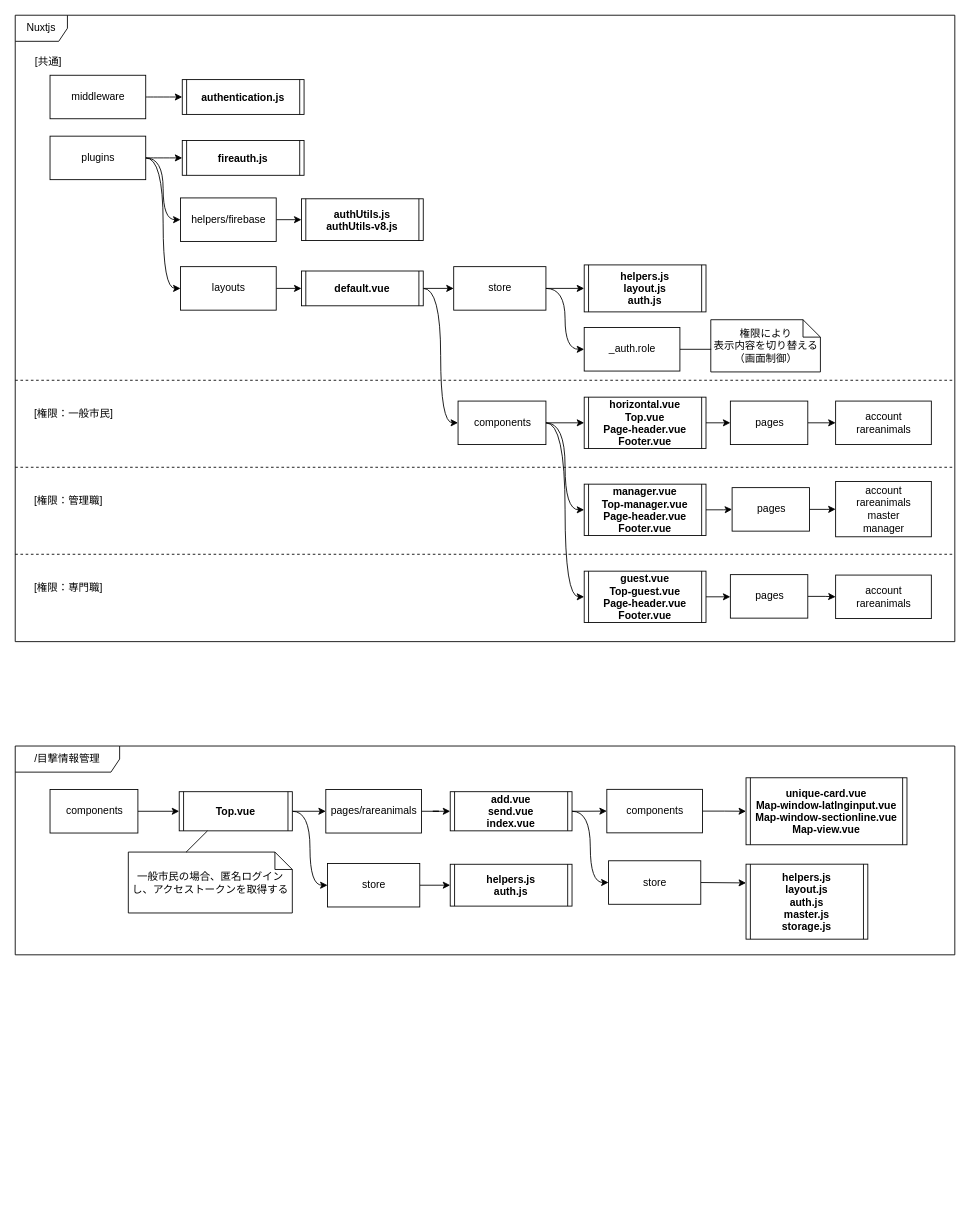
kaoru387/draw.io keeps this draw.io diagram as page "ディレクトリ構成" (3 of 6) of Iriomote.drawio. Above is the earlier version. Source tidied: cells renumbered, new cells numbered last; positions are measured from the earlier drawing's top-left corner, leaving out a move shared by most shapes. Both pictures are drawn from the tidied source at 87%, with x=0, y=0 at pixel (15, 15).
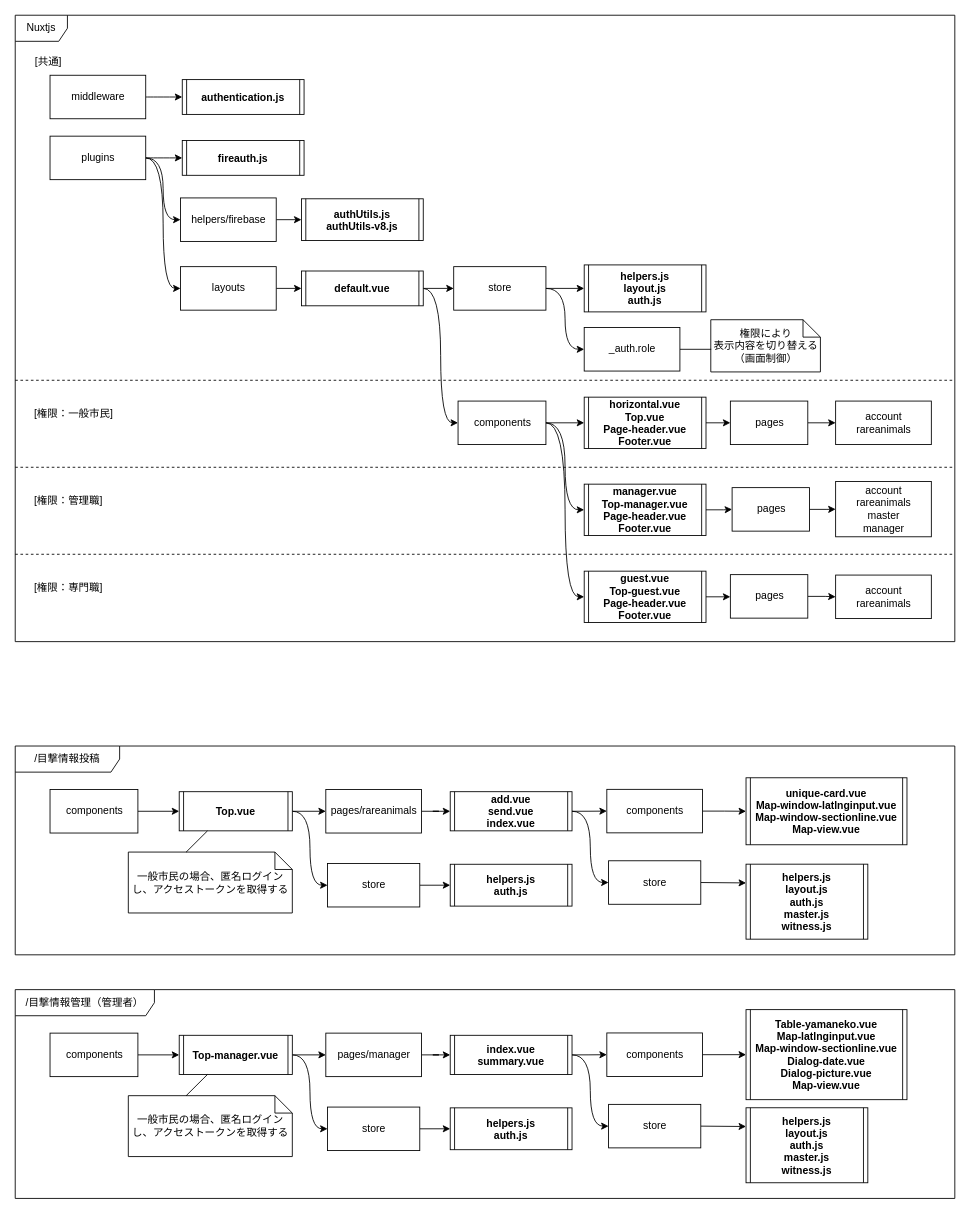
The same diagram, later.

Commit message:
Iriomote.drawio を更新します

Change to the diagram source:
```diff
@@
-    <mxCell id="49" value="/目撃情報管理" style="shape=umlFrame;whiteSpace=wrap;html=1;width=120;height=30;" parent="1" vertex="1">
+    <mxCell id="49" value="/目撃情報投稿" style="shape=umlFrame;whiteSpace=wrap;html=1;width=120;height=30;" parent="1" vertex="1">
       <mxGeometry y="840" width="1080" height="240" as="geometry" />
     </mxCell>
@@
-    <mxCell id="65" value="helpers.js&#10;layout.js&#10;auth.js&#10;master.js&#10;storage.js" style="shape=process2;fixedSize=1;size=5;fontStyle=1;" parent="1" vertex="1">
+    <mxCell id="65" value="helpers.js&#10;layout.js&#10;auth.js&#10;master.js&#10;witness.js" style="shape=process2;fixedSize=1;size=5;fontStyle=1;" parent="1" vertex="1">
       <mxGeometry x="840" y="975.8" width="140" height="86.2" as="geometry" />
     </mxCell>
@@
+    <mxCell id="71" value="/目撃情報管理（管理者）" style="shape=umlFrame;whiteSpace=wrap;html=1;width=160;height=30;" parent="1" vertex="1">
+      <mxGeometry y="1120" width="1080" height="240" as="geometry" />
+    </mxCell>
+    <mxCell id="72" style="edgeStyle=orthogonalEdgeStyle;rounded=0;jettySize=auto;html=1;exitX=1;exitY=0.5;exitDx=0;exitDy=0;entryX=0;entryY=0.5;entryDx=0;entryDy=0;" parent="1" edge="1" source="84" target="74">
+      <mxGeometry relative="1" as="geometry" />
+    </mxCell>
+    <mxCell id="73" style="edgeStyle=orthogonalEdgeStyle;rounded=0;jettySize=auto;html=1;exitX=1;exitY=0.5;exitDx=0;exitDy=0;" parent="1" edge="1" source="74" target="77">
+      <mxGeometry relative="1" as="geometry" />
+    </mxCell>
+    <mxCell id="74" value="pages/manager" style="html=1;" parent="1" vertex="1">
+      <mxGeometry x="357" y="1170" width="110" height="50" as="geometry" />
+    </mxCell>
+    <mxCell id="75" style="edgeStyle=orthogonalEdgeStyle;rounded=0;jettySize=auto;html=1;exitX=1;exitY=0.5;exitDx=0;exitDy=0;entryX=0;entryY=0.5;entryDx=0;entryDy=0;curved=1;" parent="1" edge="1" source="77" target="79">
+      <mxGeometry relative="1" as="geometry" />
+    </mxCell>
+    <mxCell id="76" style="edgeStyle=orthogonalEdgeStyle;curved=1;rounded=0;jettySize=auto;html=1;exitX=1;exitY=0.5;exitDx=0;exitDy=0;entryX=0;entryY=0.5;entryDx=0;entryDy=0;" parent="1" edge="1" source="77" target="86">
+      <mxGeometry relative="1" as="geometry" />
+    </mxCell>
+    <mxCell id="77" value="index.vue&#10;summary.vue" style="shape=process2;fixedSize=1;size=5;fontStyle=1;" parent="1" vertex="1">
+      <mxGeometry x="500" y="1172.5" width="140" height="45" as="geometry" />
+    </mxCell>
+    <mxCell id="78" style="edgeStyle=orthogonalEdgeStyle;rounded=0;jettySize=auto;html=1;exitX=1;exitY=0.5;exitDx=0;exitDy=0;entryX=0;entryY=0.5;entryDx=0;entryDy=0;" parent="1" edge="1" source="79" target="80">
+      <mxGeometry relative="1" as="geometry" />
+    </mxCell>
+    <mxCell id="79" value="components" style="html=1;" parent="1" vertex="1">
+      <mxGeometry x="680" y="1169.8" width="110" height="50" as="geometry" />
+    </mxCell>
+    <mxCell id="80" value="Table-yamaneko.vue&#10;Map-latlnginput.vue&#10;Map-window-sectionline.vue&#10;Dialog-date.vue&#10;Dialog-picture.vue&#10;Map-view.vue" style="shape=process2;fixedSize=1;size=5;fontStyle=1;" parent="1" vertex="1">
+      <mxGeometry x="840" y="1143" width="185" height="103.5" as="geometry" />
+    </mxCell>
+    <mxCell id="81" style="edgeStyle=orthogonalEdgeStyle;rounded=0;jettySize=auto;html=1;exitX=1;exitY=0.5;exitDx=0;exitDy=0;entryX=0;entryY=0.5;entryDx=0;entryDy=0;" parent="1" edge="1" source="82" target="84">
+      <mxGeometry relative="1" as="geometry" />
+    </mxCell>
+    <mxCell id="82" value="components" style="html=1;" parent="1" vertex="1">
+      <mxGeometry x="40" y="1170" width="101" height="50" as="geometry" />
+    </mxCell>
+    <mxCell id="83" style="edgeStyle=orthogonalEdgeStyle;curved=1;rounded=0;jettySize=auto;html=1;exitX=1;exitY=0.5;exitDx=0;exitDy=0;entryX=0;entryY=0.5;entryDx=0;entryDy=0;" parent="1" edge="1" source="84" target="89">
+      <mxGeometry relative="1" as="geometry" />
+    </mxCell>
+    <mxCell id="84" value="Top-manager.vue" style="shape=process2;fixedSize=1;size=5;fontStyle=1;" parent="1" vertex="1">
+      <mxGeometry x="188.5" y="1172.5" width="130" height="45" as="geometry" />
+    </mxCell>
+    <mxCell id="85" style="edgeStyle=none;rounded=0;jettySize=auto;html=1;exitX=1;exitY=0.5;exitDx=0;exitDy=0;entryX=0;entryY=0.25;entryDx=0;entryDy=0;" parent="1" edge="1" source="86" target="87">
+      <mxGeometry relative="1" as="geometry" />
+    </mxCell>
+    <mxCell id="86" value="store" style="html=1;" parent="1" vertex="1">
+      <mxGeometry x="682" y="1251.9" width="106" height="50" as="geometry" />
+    </mxCell>
+    <mxCell id="87" value="helpers.js&#10;layout.js&#10;auth.js&#10;master.js&#10;witness.js" style="shape=process2;fixedSize=1;size=5;fontStyle=1;" parent="1" vertex="1">
+      <mxGeometry x="840" y="1255.8" width="140" height="86.2" as="geometry" />
+    </mxCell>
+    <mxCell id="88" style="edgeStyle=none;rounded=0;jettySize=auto;html=1;exitX=1;exitY=0.5;exitDx=0;exitDy=0;entryX=0;entryY=0.5;entryDx=0;entryDy=0;" parent="1" edge="1" source="89" target="90">
+      <mxGeometry relative="1" as="geometry" />
+    </mxCell>
+    <mxCell id="89" value="store" style="html=1;" parent="1" vertex="1">
+      <mxGeometry x="359" y="1255" width="106" height="50" as="geometry" />
+    </mxCell>
+    <mxCell id="90" value="helpers.js&#10;auth.js" style="shape=process2;fixedSize=1;size=5;fontStyle=1;" parent="1" vertex="1">
+      <mxGeometry x="500" y="1255.9" width="140" height="48.1" as="geometry" />
+    </mxCell>
+    <mxCell id="91" value="一般市民の場合、匿名ログインし、アクセストークンを取得する" style="shape=note;size=20;whiteSpace=wrap;html=1;" parent="1" vertex="1">
+      <mxGeometry x="130" y="1241.9" width="188.5" height="70" as="geometry" />
+    </mxCell>
+    <mxCell id="92" style="endArrow=none;html=1;rounded=0;exitX=0.25;exitY=1;exitDx=0;exitDy=0;entryX=0.352;entryY=0.002;entryDx=0;entryDy=0;entryPerimeter=0;" parent="1" edge="1" source="84" target="91">
+      <mxGeometry relative="1" as="geometry" />
+    </mxCell>
```
